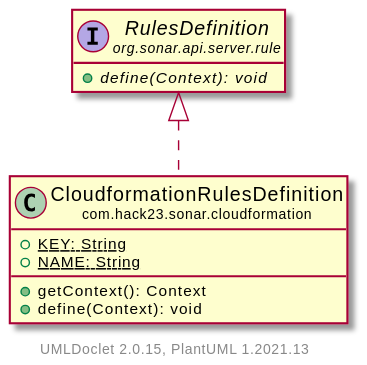
This is testapidocs/com/hack23/sonar/cloudformation/CloudformationRulesDefinition.svg from Hack23/sonar-cloudformation-plugin, a PlantUML export, as it was before one commit.
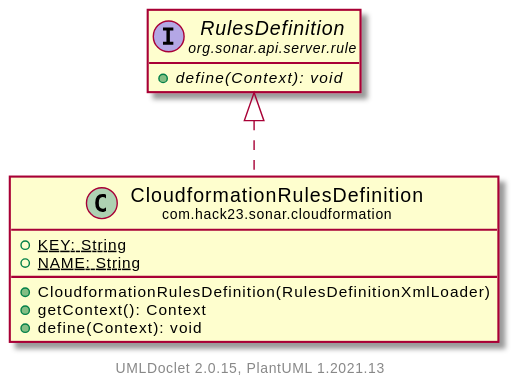
The same file after the commit.

The edit, as a diff of the source:
```diff
@@ -6,6 +6,7 @@
     class "<size:14>CloudformationRulesDefinition\n<size:10>com.hack23.sonar.cloudformation" as com.hack23.sonar.cloudformation.CloudformationRulesDefinition [[CloudformationRulesDefinition.html]] {
         {static} +KEY: String
         {static} +NAME: String
+        +CloudformationRulesDefinition(RulesDefinitionXmlLoader)
         +getContext(): Context
         +define(Context): void
     }
```
